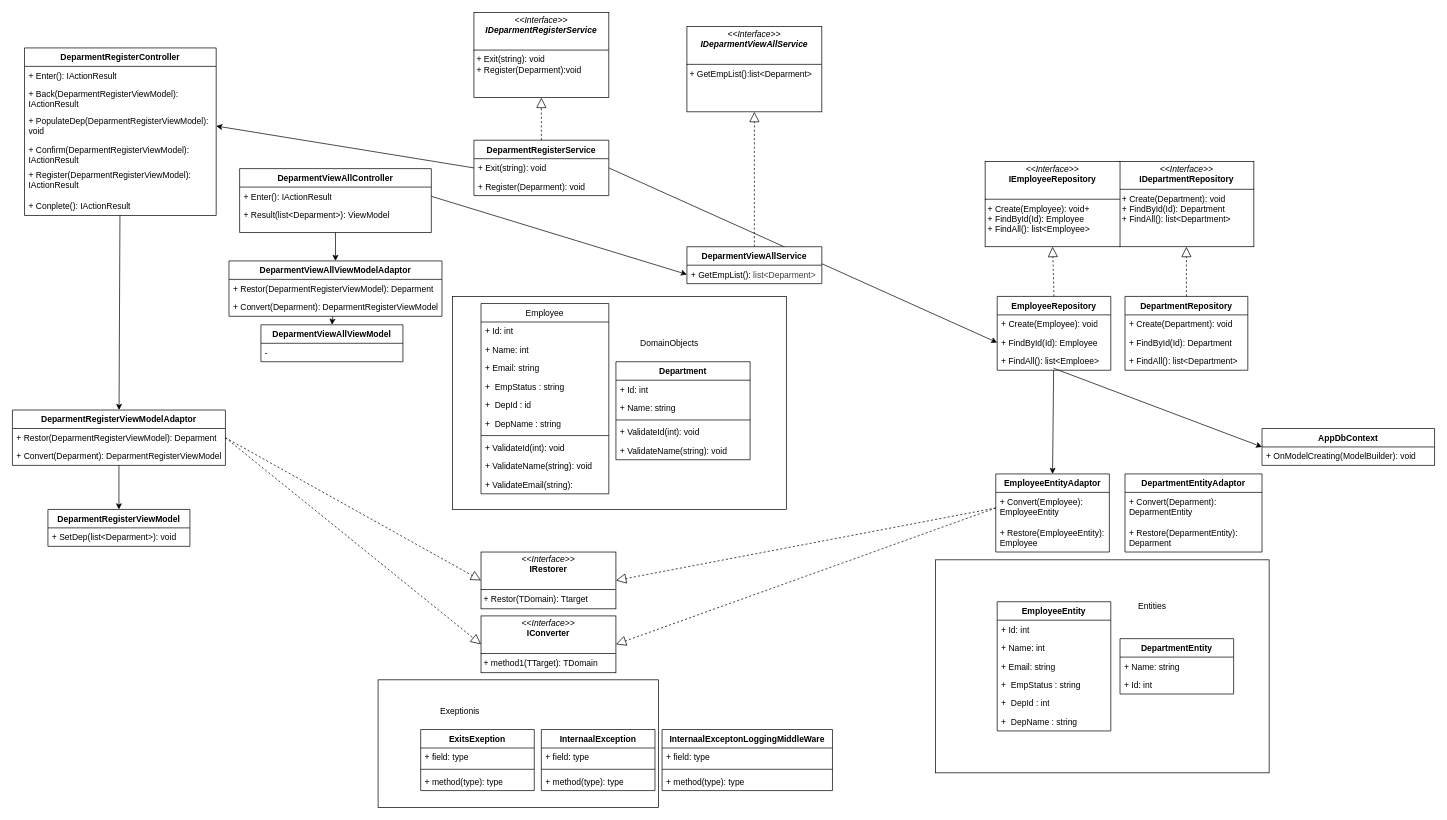
Above: page "Department" (2 of 2) of docs/02_design/Class_figure.dio in Keiichiro-Murayama/csharp_training_202605 (draw.io), before the change. Source tidied: cells renumbered, new cells numbered last; positions are measured from the earlier drawing's top-left corner, leaving out a move shared by most shapes. Both pictures are drawn from the tidied source at 71%, with x=0, y=0 at pixel (12, 12).
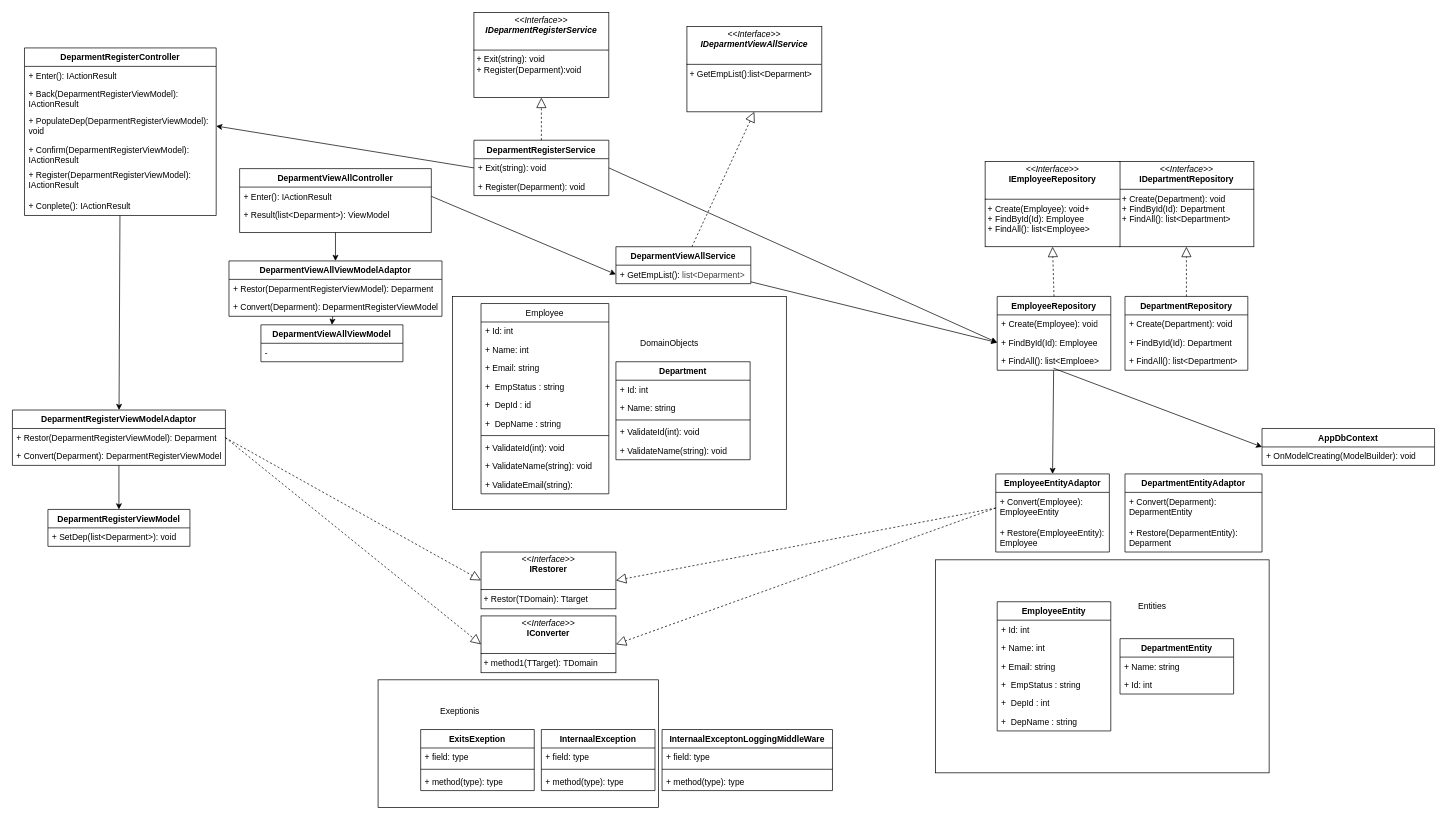
Above is the later version.

Unchanged cells that the change refers to:
```xml
<mxCell id="46" value="+ FindById(Id):&amp;nbsp;&lt;span style=&quot;color: rgb(0, 0, 0);&quot;&gt;Employee&lt;/span&gt;" style="text;strokeColor=none;fillColor=none;align=left;verticalAlign=top;spacingLeft=4;spacingRight=4;overflow=hidden;points=[[0,0.5],[1,0.5]];portConstraint=eastwest;whiteSpace=wrap;html=1;" parent="44" vertex="1">
  <mxGeometry y="52" width="160" height="26" as="geometry" />
</mxCell>
```

The edit, as a diff of the source:
```diff
@@
     <mxCell id="98" value="DeparmentViewAllService" style="swimlane;fontStyle=1;align=center;verticalAlign=top;horizontal=1;startSize=26;whiteSpace=wrap;html=1;" parent="1" vertex="1">
-      <mxGeometry x="950" y="330" width="190" height="52" as="geometry" />
+      <mxGeometry x="850" y="330" width="190" height="52" as="geometry" />
     </mxCell>
@@
+    <mxCell id="111" style="edgeStyle=none;html=1;entryX=0;entryY=0.5;entryDx=0;entryDy=0;" parent="1" edge="1" source="98" target="46">
+      <mxGeometry relative="1" as="geometry" />
+    </mxCell>
```
